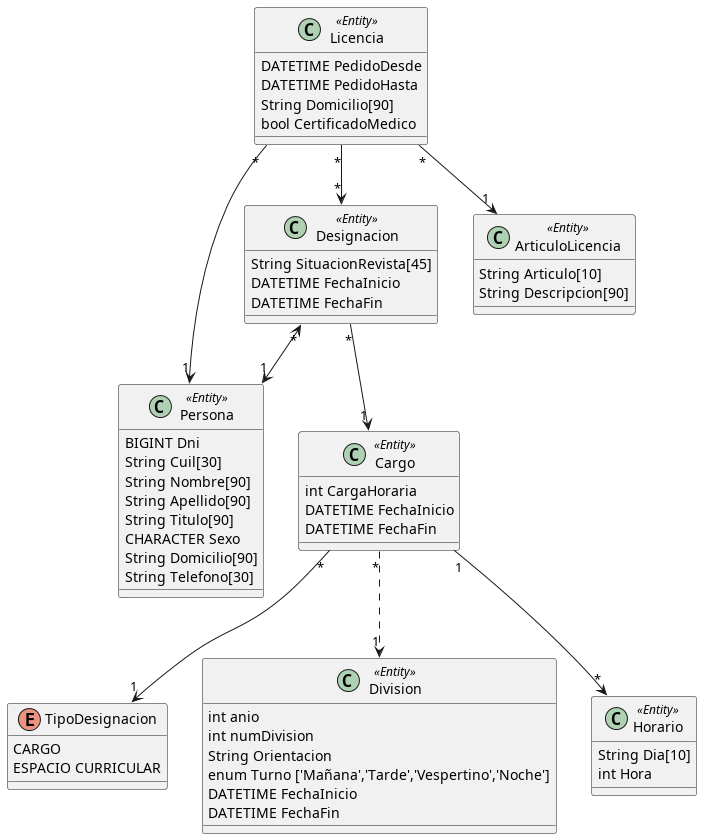
This is diagram.png from ivomariezcurrena/MagallanesApp, a PlantUML export, as it was before one commit.
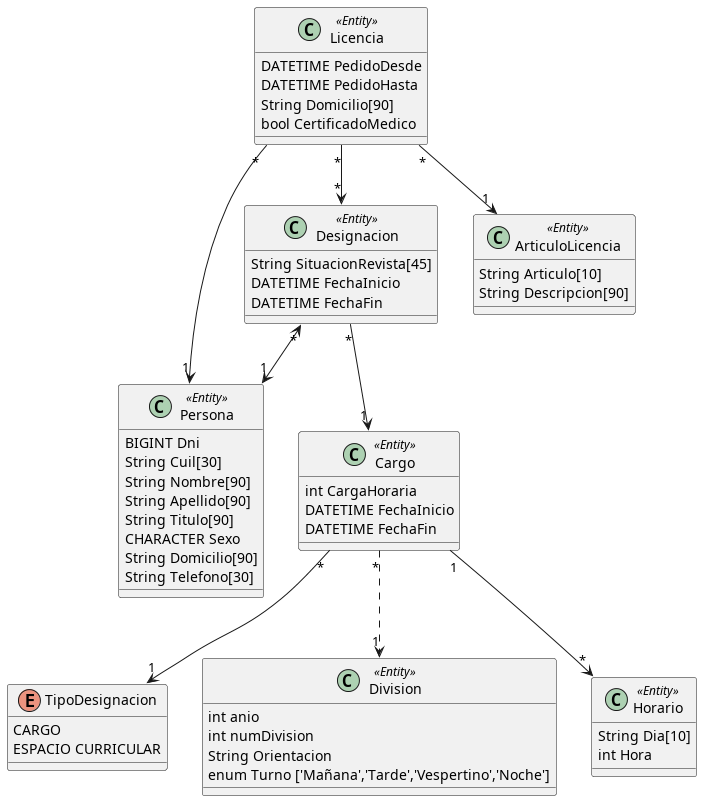
After the commit.

Change to the diagram source:
```diff
@@ -9,8 +9,6 @@
   int numDivision
   String Orientacion
   enum Turno ['Mañana','Tarde','Vespertino','Noche']
-  DATETIME FechaInicio
-  DATETIME FechaFin
 }
 
 class Cargo <<Entity>> {
```
